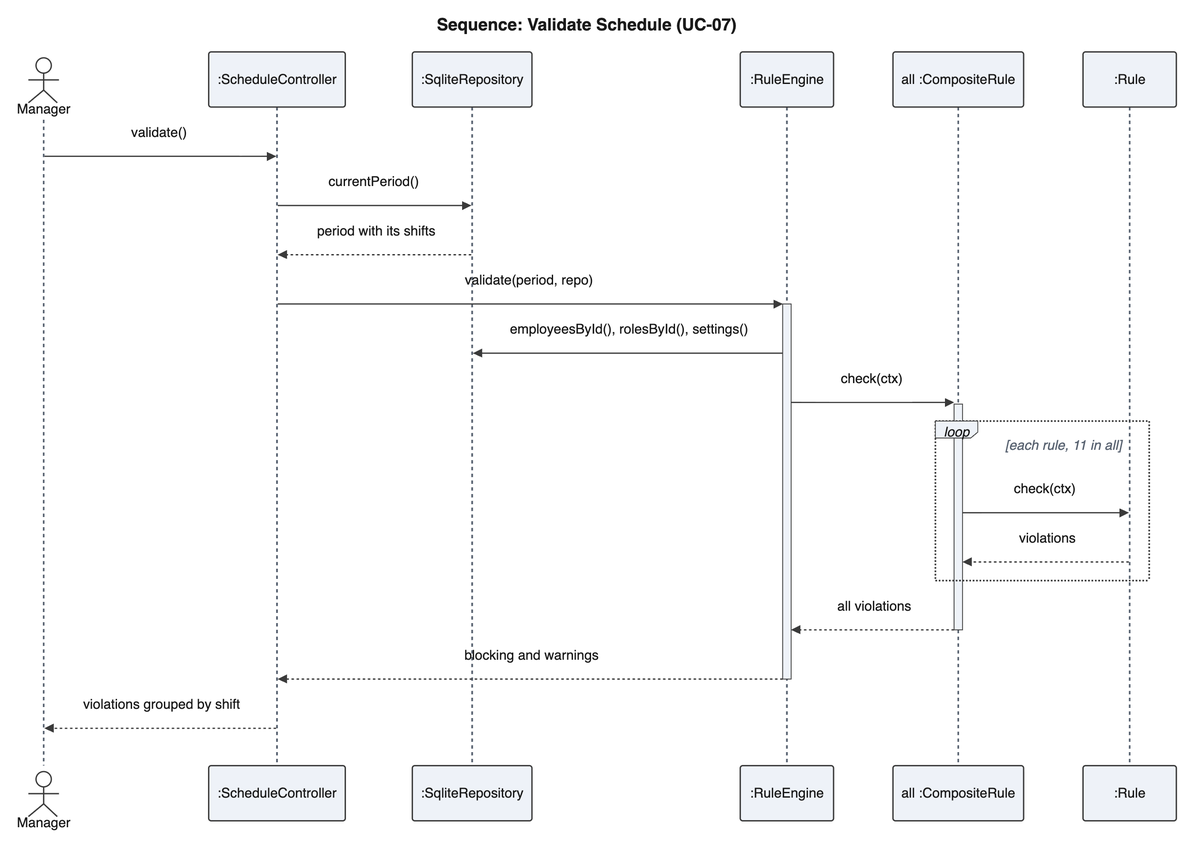
The Mermaid diagram diagrams/images/interactions/sd_validate.png in perfettiful/ShiftChex, before a commit. Its source is kept beside it as diagrams/mmd/interactions/sd_validate.mmd.
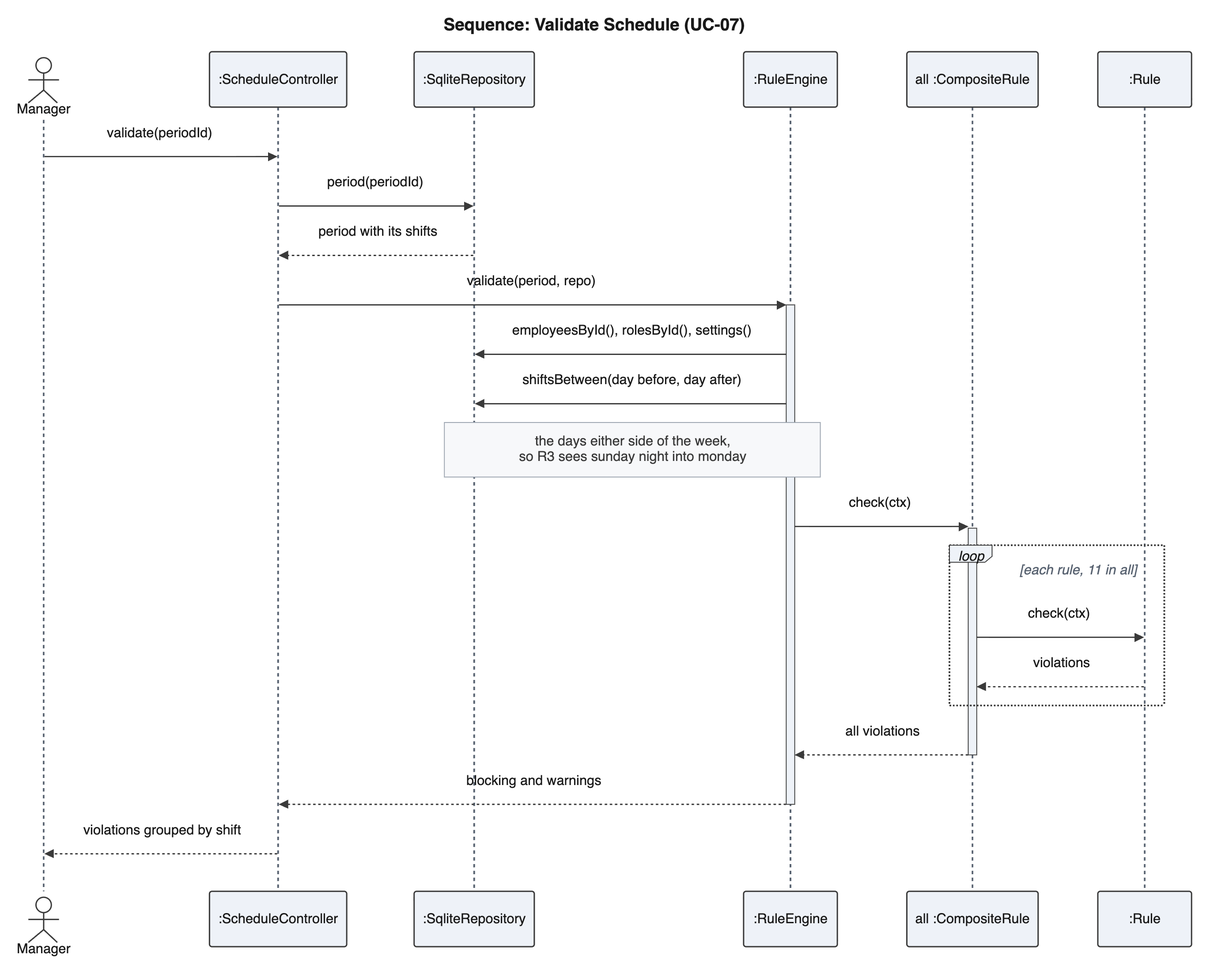
Later version of the same file.

The edit, as a diff of the source:
```diff
@@ -8,11 +8,13 @@
     participant RE as :RuleEngine
     participant Root as all :CompositeRule
     participant R as :Rule
-    Manager->>SC: validate()
-    SC->>Repo: currentPeriod()
+    Manager->>SC: validate(periodId)
+    SC->>Repo: period(periodId)
     Repo-->>SC: period with its shifts
     SC->>+RE: validate(period, repo)
     RE->>Repo: employeesById(), rolesById(), settings()
+    RE->>Repo: shiftsBetween(day before, day after)
+    Note over RE,Repo: the days either side of the week,<br/>so R3 sees sunday night into monday
     RE->>+Root: check(ctx)
     loop each rule, 11 in all
         Root->>R: check(ctx)
```
